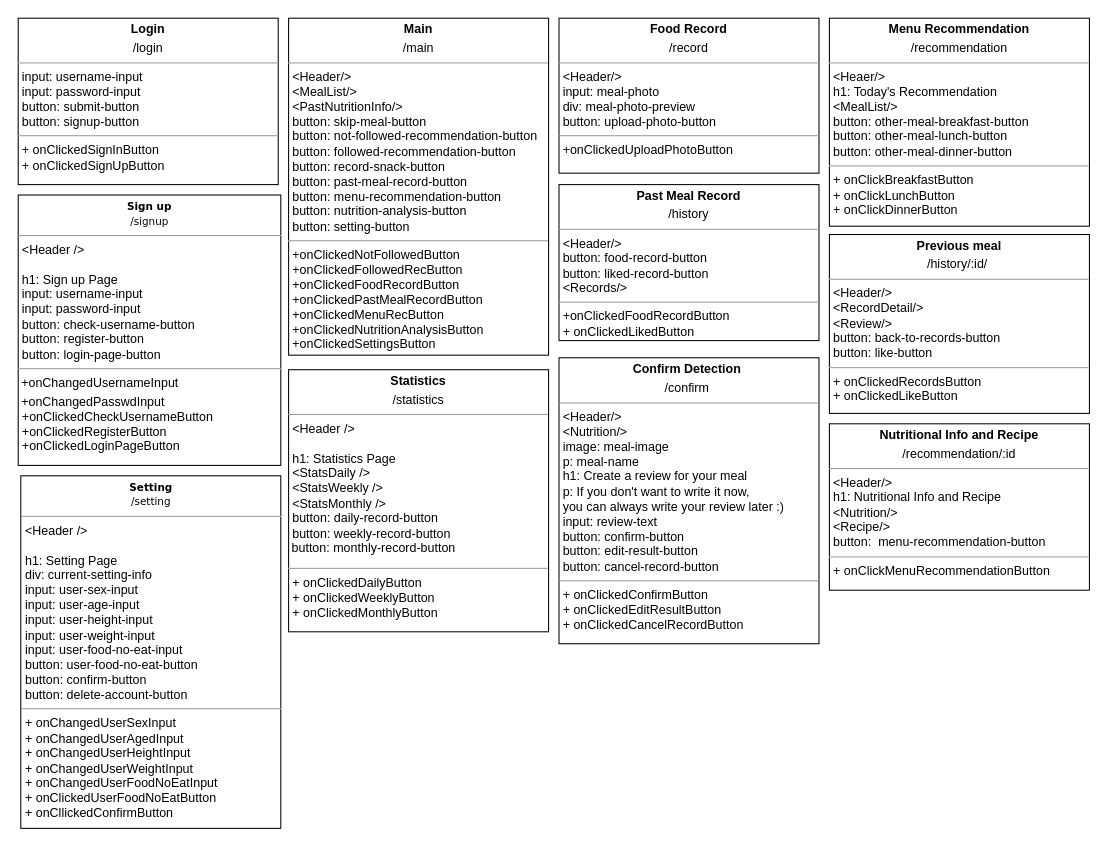
Earlier version of the draw.io diagram diagrams/Page Diagram.drawio (swsnu/swpp2021-team5). Source tidied: cells renumbered, new cells numbered last; positions are measured from the earlier drawing's top-left corner, leaving out a move shared by most shapes. Both pictures are drawn from the tidied source at 104%, with x=0, y=0 at pixel (18, 18).
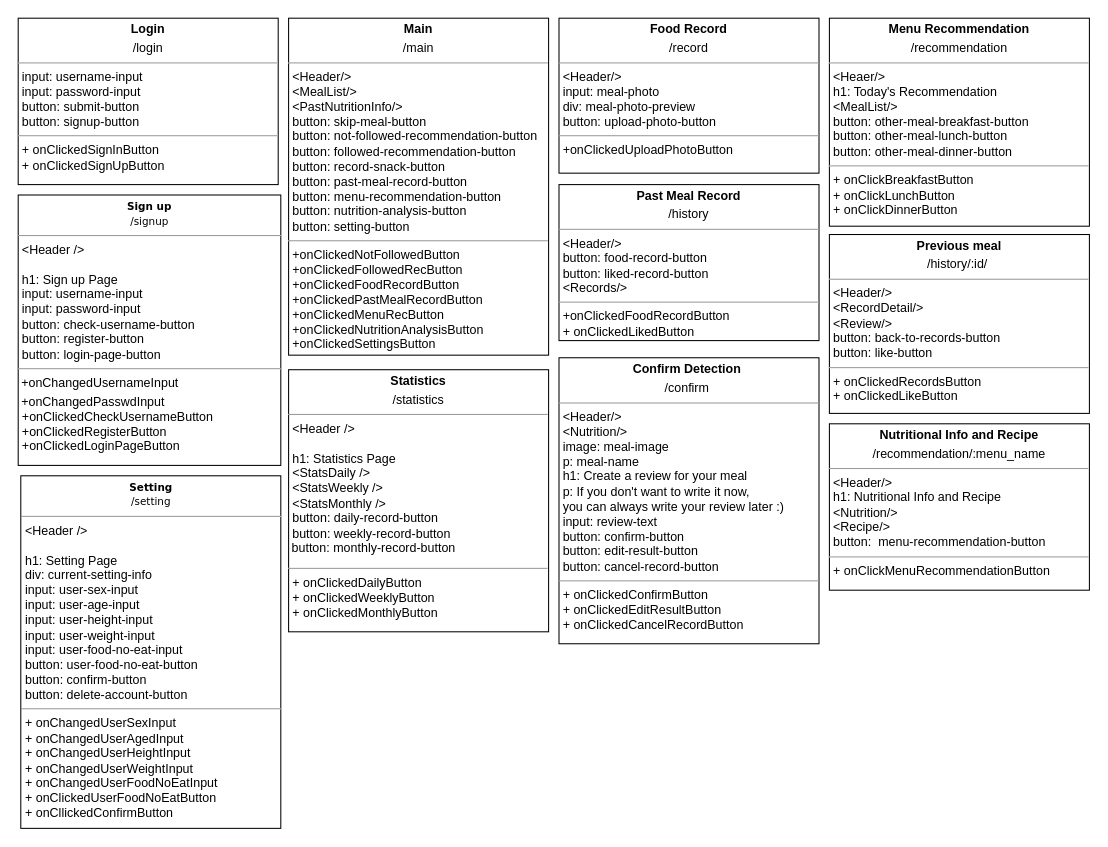
The same diagram, later.

Diff of the diagram source:
```diff
@@
 <mxGraphModel>
   <root>
     <mxCell id="0" />
     <mxCell id="1" parent="0" />
     <mxCell id="2" value="&lt;p style=&quot;margin: 4px 0px 0px ; text-align: center&quot;&gt;&lt;b&gt;Statistics&lt;/b&gt;&lt;/p&gt;&lt;p style=&quot;margin: 4px 0px 0px ; text-align: center&quot;&gt;/statistics&lt;/p&gt;&lt;hr size=&quot;1&quot;&gt;&lt;p style=&quot;text-align: justify ; margin: 0px 0px 0px 4px&quot;&gt;&amp;lt;Header /&amp;gt;&lt;br&gt;&lt;/p&gt;&lt;p style=&quot;text-align: justify ; margin: 0px 0px 0px 4px&quot;&gt;&lt;br&gt;&lt;/p&gt;&lt;p style=&quot;text-align: justify ; margin: 0px 0px 0px 4px&quot;&gt;h1: Statistics Page&lt;/p&gt;&lt;p style=&quot;text-align: justify ; margin: 0px 0px 0px 4px&quot;&gt;&amp;lt;StatsDaily /&amp;gt;&lt;/p&gt;&lt;p style=&quot;text-align: justify ; margin: 0px 0px 0px 4px&quot;&gt;&amp;lt;StatsWeekly /&amp;gt;&lt;/p&gt;&lt;p style=&quot;text-align: justify ; margin: 0px 0px 0px 4px&quot;&gt;&amp;lt;StatsMonthly /&amp;gt;&lt;/p&gt;&lt;p style=&quot;text-align: justify ; margin: 0px 0px 0px 4px&quot;&gt;button: daily-record-button&lt;/p&gt;&lt;p style=&quot;text-align: justify ; margin: 0px 0px 0px 4px&quot;&gt;&lt;span style=&quot;text-align: left&quot;&gt;button:&amp;nbsp;&lt;/span&gt;&lt;span style=&quot;text-align: left&quot;&gt;weekly-record-button&amp;nbsp;&lt;/span&gt;&lt;/p&gt;&lt;span style=&quot;text-align: left&quot;&gt;&lt;div style=&quot;text-align: justify&quot;&gt;&lt;span&gt;&amp;nbsp;button:&amp;nbsp;&lt;/span&gt;&lt;span&gt;monthly-record-button&lt;/span&gt;&lt;/div&gt;&lt;/span&gt;&lt;p&gt;&lt;/p&gt;&lt;hr size=&quot;1&quot; style=&quot;text-align: justify&quot;&gt;&lt;p style=&quot;text-align: justify ; margin: 0px 0px 0px 4px&quot;&gt;+ onClickedDailyButton&lt;/p&gt;&lt;p style=&quot;text-align: justify ; margin: 0px 0px 0px 4px&quot;&gt;+ onClickedWeeklyButton&lt;/p&gt;&lt;p style=&quot;text-align: justify ; margin: 0px 0px 0px 4px&quot;&gt;+ onClickedMonthlyButton&lt;/p&gt;" style="verticalAlign=top;align=left;overflow=fill;fontSize=12;fontFamily=Helvetica;html=1;rounded=0;shadow=0;comic=0;labelBackgroundColor=none;strokeWidth=1;" parent="1" vertex="1">
       <mxGeometry x="260" y="338" width="250" height="252" as="geometry" />
     </mxCell>
     <mxCell id="3" value="&lt;p style=&quot;margin: 0px ; margin-top: 4px ; text-align: center&quot;&gt;&lt;b&gt;Main&lt;/b&gt;&lt;/p&gt;&lt;p style=&quot;margin: 0px ; margin-top: 4px ; text-align: center&quot;&gt;/main&lt;/p&gt;&lt;hr size=&quot;1&quot;&gt;&lt;p style=&quot;margin: 0px ; margin-left: 4px&quot;&gt;&lt;span&gt;&amp;lt;Header/&amp;gt;&lt;/span&gt;&lt;/p&gt;&lt;p style=&quot;margin: 0px ; margin-left: 4px&quot;&gt;&lt;span&gt;&amp;lt;MealList/&amp;gt;&lt;/span&gt;&lt;br&gt;&lt;/p&gt;&lt;p style=&quot;margin: 0px ; margin-left: 4px&quot;&gt;&amp;lt;PastNutritionInfo/&amp;gt;&lt;/p&gt;&lt;p style=&quot;margin: 0px ; margin-left: 4px&quot;&gt;button: skip-meal-button&lt;/p&gt;&lt;p style=&quot;margin: 0px ; margin-left: 4px&quot;&gt;button: not-followed-recommendation-button&lt;/p&gt;&lt;p style=&quot;margin: 0px 0px 0px 4px&quot;&gt;button: followed-recommendation-button&lt;/p&gt;&lt;p style=&quot;margin: 0px ; margin-left: 4px&quot;&gt;&lt;span&gt;button: record-snack-button&lt;/span&gt;&lt;br&gt;&lt;/p&gt;&lt;p style=&quot;margin: 0px 0px 0px 4px&quot;&gt;button: past-meal-record-button&lt;/p&gt;&lt;p style=&quot;margin: 0px 0px 0px 4px&quot;&gt;button: menu-recommendation-button&lt;/p&gt;&lt;p style=&quot;margin: 0px 0px 0px 4px&quot;&gt;button: nutrition-analysis-button&lt;/p&gt;&lt;p style=&quot;margin: 0px 0px 0px 4px&quot;&gt;&lt;span&gt;button: setting-button&lt;/span&gt;&lt;br&gt;&lt;/p&gt;&lt;hr size=&quot;1&quot;&gt;&lt;p style=&quot;margin: 0px ; margin-left: 4px&quot;&gt;+onClickedNotFollowedButton&lt;/p&gt;&lt;p style=&quot;margin: 0px ; margin-left: 4px&quot;&gt;+onClickedFollowedRecButton&lt;br&gt;&lt;/p&gt;&lt;p style=&quot;margin: 0px ; margin-left: 4px&quot;&gt;+onClickedFoodRecordButton&lt;/p&gt;&lt;p style=&quot;margin: 0px 0px 0px 4px&quot;&gt;+onClickedPastMealRecordButton&lt;/p&gt;&lt;p style=&quot;margin: 0px ; margin-left: 4px&quot;&gt;+onClickedMenuRecButton&lt;/p&gt;&lt;p style=&quot;margin: 0px ; margin-left: 4px&quot;&gt;+onClickedNutritionAnalysisButton&lt;/p&gt;&lt;p style=&quot;margin: 0px ; margin-left: 4px&quot;&gt;&lt;span&gt;+onClickedSettingsButton&lt;/span&gt;&lt;br&gt;&lt;/p&gt;" style="verticalAlign=top;align=left;overflow=fill;fontSize=12;fontFamily=Helvetica;html=1;rounded=0;shadow=0;comic=0;labelBackgroundColor=none;strokeWidth=1;" parent="1" vertex="1">
       <mxGeometry x="260" width="250" height="324" as="geometry" />
     </mxCell>
     <mxCell id="4" value="&lt;p style=&quot;margin: 0px ; margin-top: 4px ; text-align: center&quot;&gt;&lt;b&gt;Login&lt;/b&gt;&lt;/p&gt;&lt;p style=&quot;margin: 0px ; margin-top: 4px ; text-align: center&quot;&gt;/login&lt;/p&gt;&lt;hr size=&quot;1&quot;&gt;&lt;p style=&quot;margin: 0px ; margin-left: 4px&quot;&gt;input: username-input&lt;/p&gt;&lt;p style=&quot;margin: 0px ; margin-left: 4px&quot;&gt;input: password-input&lt;/p&gt;&lt;p style=&quot;margin: 0px ; margin-left: 4px&quot;&gt;button: submit-button&lt;/p&gt;&lt;p style=&quot;margin: 0px ; margin-left: 4px&quot;&gt;button: signup-button&lt;/p&gt;&lt;hr size=&quot;1&quot;&gt;&lt;p style=&quot;margin: 0px ; margin-left: 4px&quot;&gt;+ onClickedSignInButton&lt;/p&gt;&lt;p style=&quot;margin: 0px ; margin-left: 4px&quot;&gt;+ onClickedSignUpButton&lt;/p&gt;" style="verticalAlign=top;align=left;overflow=fill;fontSize=12;fontFamily=Helvetica;html=1;rounded=0;shadow=0;comic=0;labelBackgroundColor=none;strokeWidth=1;" parent="1" vertex="1">
       <mxGeometry width="250" height="160" as="geometry" />
     </mxCell>
     <mxCell id="5" value="&lt;p style=&quot;margin: 0px ; margin-top: 4px ; text-align: center&quot;&gt;&lt;b&gt;Food Record&lt;/b&gt;&lt;/p&gt;&lt;p style=&quot;margin: 0px ; margin-top: 4px ; text-align: center&quot;&gt;/record&lt;/p&gt;&lt;hr size=&quot;1&quot;&gt;&lt;p style=&quot;margin: 0px ; margin-left: 4px&quot;&gt;&lt;span&gt;&amp;lt;Header/&amp;gt;&lt;/span&gt;&lt;/p&gt;&lt;p style=&quot;margin: 0px ; margin-left: 4px&quot;&gt;&lt;span&gt;input: meal-photo&lt;/span&gt;&lt;/p&gt;&lt;p style=&quot;margin: 0px ; margin-left: 4px&quot;&gt;&lt;span&gt;div: meal-photo-preview&lt;/span&gt;&lt;/p&gt;&lt;p style=&quot;margin: 0px ; margin-left: 4px&quot;&gt;&lt;span&gt;button: upload-photo-button&lt;/span&gt;&lt;/p&gt;&lt;hr size=&quot;1&quot;&gt;&lt;p style=&quot;margin: 0px ; margin-left: 4px&quot;&gt;&lt;span&gt;+onClickedUploadPhotoButton&lt;/span&gt;&lt;br&gt;&lt;/p&gt;&lt;p style=&quot;margin: 0px ; margin-left: 4px&quot;&gt;&lt;br&gt;&lt;/p&gt;" style="verticalAlign=top;align=left;overflow=fill;fontSize=12;fontFamily=Helvetica;html=1;rounded=0;shadow=0;comic=0;labelBackgroundColor=none;strokeWidth=1;" parent="1" vertex="1">
       <mxGeometry x="520" width="250" height="149" as="geometry" />
     </mxCell>
     <mxCell id="6" value="&lt;p style=&quot;margin: 0px ; margin-top: 4px ; text-align: center&quot;&gt;&lt;b&gt;Past Meal Record&lt;/b&gt;&lt;/p&gt;&lt;p style=&quot;margin: 0px ; margin-top: 4px ; text-align: center&quot;&gt;/history&lt;/p&gt;&lt;hr size=&quot;1&quot;&gt;&lt;p style=&quot;margin: 0px 0px 0px 4px&quot;&gt;&amp;lt;Header/&amp;gt;&lt;/p&gt;&lt;p style=&quot;margin: 0px 0px 0px 4px&quot;&gt;button: food-record-button&lt;/p&gt;&lt;p style=&quot;margin: 0px 0px 0px 4px&quot;&gt;button: liked-record-button&lt;/p&gt;&lt;p style=&quot;margin: 0px 0px 0px 4px&quot;&gt;&amp;lt;Records/&amp;gt;&lt;/p&gt;&lt;hr size=&quot;1&quot;&gt;&lt;p style=&quot;margin: 0px ; margin-left: 4px&quot;&gt;+onClickedFoodRecordButton&lt;/p&gt;&lt;p style=&quot;margin: 0px ; margin-left: 4px&quot;&gt;+ onClickedLikedButton&lt;/p&gt;" style="verticalAlign=top;align=left;overflow=fill;fontSize=12;fontFamily=Helvetica;html=1;rounded=0;shadow=0;comic=0;labelBackgroundColor=none;strokeWidth=1;" parent="1" vertex="1">
       <mxGeometry x="520" y="160" width="250" height="150" as="geometry" />
     </mxCell>
     <mxCell id="7" value="&lt;p style=&quot;margin: 4px 0px 0px ; text-align: center&quot;&gt;&lt;b style=&quot;font-family: &amp;#34;verdana&amp;#34; ; font-size: 10px&quot;&gt;Sign up&lt;/b&gt;&lt;br style=&quot;font-family: &amp;#34;verdana&amp;#34; ; font-size: 10px&quot;&gt;&lt;span style=&quot;font-family: &amp;#34;verdana&amp;#34; ; font-size: 10px&quot;&gt;/signup&lt;/span&gt;&lt;br&gt;&lt;/p&gt;&lt;hr size=&quot;1&quot;&gt;&lt;p style=&quot;text-align: justify ; margin: 0px 0px 0px 4px&quot;&gt;&amp;lt;Header /&amp;gt;&lt;/p&gt;&lt;p style=&quot;text-align: justify ; margin: 0px 0px 0px 4px&quot;&gt;&lt;br&gt;&lt;/p&gt;&lt;p style=&quot;text-align: justify ; margin: 0px 0px 0px 4px&quot;&gt;h1: Sign up Page&lt;/p&gt;&lt;p style=&quot;text-align: justify ; margin: 0px 0px 0px 4px&quot;&gt;input: username-input&lt;/p&gt;&lt;p style=&quot;text-align: justify ; margin: 0px 0px 0px 4px&quot;&gt;input: password-input&lt;/p&gt;&lt;p style=&quot;text-align: justify ; margin: 0px 0px 0px 4px&quot;&gt;button: check-username-button&lt;/p&gt;&lt;p style=&quot;text-align: justify ; margin: 0px 0px 0px 4px&quot;&gt;button: register-button&lt;/p&gt;&lt;p style=&quot;text-align: justify ; margin: 0px 0px 0px 4px&quot;&gt;button: login-page-button&lt;/p&gt;&lt;hr size=&quot;1&quot; style=&quot;text-align: justify&quot;&gt;&lt;p style=&quot;text-align: justify ; margin: 4px 0px 0px&quot;&gt;&lt;span&gt;&amp;nbsp;+onChangedUsernameInput&lt;/span&gt;&lt;br&gt;&lt;/p&gt;&lt;p style=&quot;text-align: justify ; margin: 4px 0px 0px&quot;&gt;&lt;span&gt;&amp;nbsp;+onChangedPasswdInput&lt;/span&gt;&lt;/p&gt;&lt;p style=&quot;text-align: justify ; margin: 0px 0px 0px 4px&quot;&gt;+onClickedCheckUsernameButton&lt;/p&gt;&lt;p style=&quot;text-align: justify ; margin: 0px 0px 0px 4px&quot;&gt;+onClickedRegisterButton&lt;/p&gt;&lt;p style=&quot;text-align: justify ; margin: 0px 0px 0px 4px&quot;&gt;+onClickedLoginPageButton&lt;/p&gt;" style="verticalAlign=top;align=left;overflow=fill;fontSize=12;fontFamily=Helvetica;html=1;" parent="1" vertex="1">
       <mxGeometry y="170" width="252.5" height="260" as="geometry" />
     </mxCell>
     <mxCell id="8" value="&lt;p style=&quot;margin: 4px 0px 0px ; text-align: center&quot;&gt;&lt;b style=&quot;font-family: &amp;#34;verdana&amp;#34; ; font-size: 10px&quot;&gt;Setting&lt;/b&gt;&lt;br style=&quot;font-family: &amp;#34;verdana&amp;#34; ; font-size: 10px&quot;&gt;&lt;span style=&quot;font-family: &amp;#34;verdana&amp;#34; ; font-size: 10px&quot;&gt;/setting&lt;/span&gt;&lt;br&gt;&lt;/p&gt;&lt;hr size=&quot;1&quot;&gt;&lt;p style=&quot;margin: 0px 0px 0px 4px&quot;&gt;&amp;lt;Header /&amp;gt;&lt;br&gt;&lt;/p&gt;&lt;p style=&quot;margin: 0px 0px 0px 4px&quot;&gt;&lt;br&gt;&lt;/p&gt;&lt;p style=&quot;margin: 0px 0px 0px 4px&quot;&gt;h1: Setting Page&lt;/p&gt;&lt;p style=&quot;margin: 0px 0px 0px 4px&quot;&gt;div: current-setting-info&lt;/p&gt;&lt;p style=&quot;margin: 0px 0px 0px 4px&quot;&gt;input: user-sex-input&lt;/p&gt;&lt;p style=&quot;margin: 0px 0px 0px 4px&quot;&gt;input: user-age-input&lt;/p&gt;&lt;p style=&quot;margin: 0px 0px 0px 4px&quot;&gt;input: user-height-input&lt;/p&gt;&lt;p style=&quot;margin: 0px 0px 0px 4px&quot;&gt;input: user-weight-input&lt;/p&gt;&lt;p style=&quot;margin: 0px 0px 0px 4px&quot;&gt;input: user-food-no-eat-input&lt;br&gt;&lt;/p&gt;&lt;p style=&quot;margin: 0px 0px 0px 4px&quot;&gt;button: user-food-no-eat-button&lt;/p&gt;&lt;p style=&quot;margin: 0px 0px 0px 4px&quot;&gt;button: confirm-button&lt;br&gt;&lt;/p&gt;&lt;p style=&quot;margin: 0px 0px 0px 4px&quot;&gt;button: delete-account-button&lt;/p&gt;&lt;hr size=&quot;1&quot;&gt;&lt;p style=&quot;margin: 0px 0px 0px 4px&quot;&gt;+ onChangedUserSexInput&lt;/p&gt;&lt;p style=&quot;margin: 0px 0px 0px 4px&quot;&gt;+ onChangedUserAgedInput&lt;/p&gt;&lt;p style=&quot;margin: 0px 0px 0px 4px&quot;&gt;+ onChangedUserHeightInput&lt;/p&gt;&lt;p style=&quot;margin: 0px 0px 0px 4px&quot;&gt;+ onChangedUserWeightInput&lt;/p&gt;&lt;p style=&quot;margin: 0px 0px 0px 4px&quot;&gt;+ onChangedUserFoodNoEatInput&lt;/p&gt;&lt;p style=&quot;margin: 0px 0px 0px 4px&quot;&gt;+ onClickedUserFoodNoEatButton&lt;/p&gt;&lt;p style=&quot;margin: 0px 0px 0px 4px&quot;&gt;+ onCllickedConfirmButton&lt;/p&gt;" style="verticalAlign=top;align=left;overflow=fill;fontSize=12;fontFamily=Helvetica;html=1;" parent="1" vertex="1">
       <mxGeometry x="2.5" y="440" width="250" height="339" as="geometry" />
     </mxCell>
     <mxCell id="9" value="&lt;p style=&quot;margin: 0px ; margin-top: 4px ; text-align: center&quot;&gt;&lt;b&gt;Menu Recommendation&lt;/b&gt;&lt;/p&gt;&lt;p style=&quot;margin: 0px ; margin-top: 4px ; text-align: center&quot;&gt;/recommendation&lt;/p&gt;&lt;hr size=&quot;1&quot;&gt;&lt;p style=&quot;margin: 0px 0px 0px 4px&quot;&gt;&amp;lt;Heaer/&amp;gt;&lt;/p&gt;&lt;p style=&quot;margin: 0px 0px 0px 4px&quot;&gt;h1: Today's Recommendation&lt;/p&gt;&lt;p style=&quot;margin: 0px 0px 0px 4px&quot;&gt;&amp;lt;MealList/&amp;gt;&lt;/p&gt;&lt;p style=&quot;margin: 0px 0px 0px 4px&quot;&gt;button:&amp;nbsp;other-meal-breakfast-button&lt;/p&gt;&lt;p style=&quot;margin: 0px 0px 0px 4px&quot;&gt;button: other-meal-lunch-button&lt;/p&gt;&lt;p style=&quot;margin: 0px 0px 0px 4px&quot;&gt;button: other-meal-dinner-button&lt;br&gt;&lt;/p&gt;&lt;hr size=&quot;1&quot;&gt;&lt;p style=&quot;margin: 0px 0px 0px 4px&quot;&gt;+ onClickBreakfastButton&lt;br&gt;+ onClickLunchButton&lt;/p&gt;&lt;p style=&quot;margin: 0px 0px 0px 4px&quot;&gt;+ onClickDinnerButton&lt;/p&gt;" style="verticalAlign=top;align=left;overflow=fill;fontSize=12;fontFamily=Helvetica;html=1;rounded=0;shadow=0;comic=0;labelBackgroundColor=none;strokeWidth=1;" parent="1" vertex="1">
       <mxGeometry x="780" width="250" height="200" as="geometry" />
     </mxCell>
-    <mxCell id="10" value="&lt;p style=&quot;margin: 0px ; margin-top: 4px ; text-align: center&quot;&gt;&lt;b&gt;Nutritional Info and Recipe&lt;/b&gt;&lt;/p&gt;&lt;p style=&quot;margin: 0px ; margin-top: 4px ; text-align: center&quot;&gt;/recommendation/:id&lt;/p&gt;&lt;hr size=&quot;1&quot;&gt;&lt;p style=&quot;margin: 0px 0px 0px 4px&quot;&gt;&amp;lt;Header/&amp;gt;&lt;/p&gt;&lt;p style=&quot;margin: 0px 0px 0px 4px&quot;&gt;h1: Nutritional Info and Recipe&lt;/p&gt;&lt;p style=&quot;margin: 0px 0px 0px 4px&quot;&gt;&amp;lt;Nutrition/&amp;gt;&lt;/p&gt;&lt;p style=&quot;margin: 0px 0px 0px 4px&quot;&gt;&amp;lt;Recipe/&amp;gt;&lt;/p&gt;&lt;p style=&quot;margin: 0px 0px 0px 4px&quot;&gt;button:&amp;nbsp;&amp;nbsp;&lt;span style=&quot;text-align: center&quot;&gt;menu-recommendation-button&lt;/span&gt;&lt;/p&gt;&lt;hr size=&quot;1&quot;&gt;&lt;p style=&quot;margin: 0px 0px 0px 4px&quot;&gt;+ onClickMenuRecommendationButton&lt;/p&gt;" style="verticalAlign=top;align=left;overflow=fill;fontSize=12;fontFamily=Helvetica;html=1;rounded=0;shadow=0;comic=0;labelBackgroundColor=none;strokeWidth=1;" parent="1" vertex="1">
+    <mxCell id="10" value="&lt;p style=&quot;margin: 0px ; margin-top: 4px ; text-align: center&quot;&gt;&lt;b&gt;Nutritional Info and Recipe&lt;/b&gt;&lt;/p&gt;&lt;p style=&quot;margin: 0px ; margin-top: 4px ; text-align: center&quot;&gt;/recommendation/:menu_name&lt;/p&gt;&lt;hr size=&quot;1&quot;&gt;&lt;p style=&quot;margin: 0px 0px 0px 4px&quot;&gt;&amp;lt;Header/&amp;gt;&lt;/p&gt;&lt;p style=&quot;margin: 0px 0px 0px 4px&quot;&gt;h1: Nutritional Info and Recipe&lt;/p&gt;&lt;p style=&quot;margin: 0px 0px 0px 4px&quot;&gt;&amp;lt;Nutrition/&amp;gt;&lt;/p&gt;&lt;p style=&quot;margin: 0px 0px 0px 4px&quot;&gt;&amp;lt;Recipe/&amp;gt;&lt;/p&gt;&lt;p style=&quot;margin: 0px 0px 0px 4px&quot;&gt;button:&amp;nbsp;&amp;nbsp;&lt;span style=&quot;text-align: center&quot;&gt;menu-recommendation-button&lt;/span&gt;&lt;/p&gt;&lt;hr size=&quot;1&quot;&gt;&lt;p style=&quot;margin: 0px 0px 0px 4px&quot;&gt;+ onClickMenuRecommendationButton&lt;/p&gt;" style="verticalAlign=top;align=left;overflow=fill;fontSize=12;fontFamily=Helvetica;html=1;rounded=0;shadow=0;comic=0;labelBackgroundColor=none;strokeWidth=1;" parent="1" vertex="1">
       <mxGeometry x="780" y="390" width="250" height="160" as="geometry" />
     </mxCell>
     <mxCell id="11" value="&lt;p style=&quot;margin: 0px ; margin-top: 4px ; text-align: center&quot;&gt;&lt;b&gt;Previous meal&lt;/b&gt;&lt;/p&gt;&lt;p style=&quot;margin: 0px ; margin-top: 4px ; text-align: center&quot;&gt;/history/:id/&lt;b&gt;&amp;nbsp;&lt;/b&gt;&lt;/p&gt;&lt;hr size=&quot;1&quot;&gt;&lt;p style=&quot;margin: 0px ; margin-left: 4px&quot;&gt;&amp;lt;Header/&amp;gt;&lt;/p&gt;&lt;p style=&quot;margin: 0px ; margin-left: 4px&quot;&gt;&amp;lt;RecordDetail/&amp;gt;&lt;/p&gt;&lt;p style=&quot;margin: 0px ; margin-left: 4px&quot;&gt;&amp;lt;Review/&amp;gt;&lt;/p&gt;&lt;p style=&quot;margin: 0px ; margin-left: 4px&quot;&gt;button: back-to-records-button&lt;/p&gt;&lt;p style=&quot;margin: 0px ; margin-left: 4px&quot;&gt;button: like-button&lt;/p&gt;&lt;hr size=&quot;1&quot;&gt;&lt;p style=&quot;margin: 0px ; margin-left: 4px&quot;&gt;+ onClickedRecordsButton&lt;/p&gt;&lt;p style=&quot;margin: 0px ; margin-left: 4px&quot;&gt;+ onClickedLikeButton&lt;/p&gt;" style="verticalAlign=top;align=left;overflow=fill;fontSize=12;fontFamily=Helvetica;html=1;" parent="1" vertex="1">
       <mxGeometry x="780" y="208" width="250" height="172" as="geometry" />
     </mxCell>
     <mxCell id="12" value="&lt;p style=&quot;margin: 0px ; margin-top: 4px ; text-align: center&quot;&gt;&lt;b&gt;Confirm Detection&amp;nbsp;&lt;/b&gt;&lt;/p&gt;&lt;p style=&quot;margin: 0px ; margin-top: 4px ; text-align: center&quot;&gt;/confirm&lt;b&gt;&amp;nbsp;&lt;/b&gt;&lt;/p&gt;&lt;hr size=&quot;1&quot;&gt;&lt;p style=&quot;margin: 0px ; margin-left: 4px&quot;&gt;&amp;lt;Header/&amp;gt;&lt;/p&gt;&lt;p style=&quot;margin: 0px ; margin-left: 4px&quot;&gt;&amp;lt;Nutrition/&amp;gt;&lt;/p&gt;&lt;p style=&quot;margin: 0px ; margin-left: 4px&quot;&gt;image: meal-image&lt;/p&gt;&lt;p style=&quot;margin: 0px ; margin-left: 4px&quot;&gt;p: meal-name&lt;/p&gt;&lt;p style=&quot;margin: 0px 0px 0px 4px&quot;&gt;h1: Create a review for your meal&lt;/p&gt;&lt;p style=&quot;margin: 0px 0px 0px 4px&quot;&gt;p: If you don't want to write it now,&amp;nbsp;&lt;/p&gt;&lt;p style=&quot;margin: 0px 0px 0px 4px&quot;&gt;you can always write your review later :)&lt;/p&gt;&lt;p style=&quot;margin: 0px 0px 0px 4px&quot;&gt;input: review-text&lt;/p&gt;&lt;p style=&quot;margin: 0px ; margin-left: 4px&quot;&gt;&lt;span&gt;button: confirm-button&lt;/span&gt;&lt;br&gt;&lt;/p&gt;&lt;p style=&quot;margin: 0px ; margin-left: 4px&quot;&gt;button: edit-result-button&lt;/p&gt;&lt;p style=&quot;margin: 0px ; margin-left: 4px&quot;&gt;button: cancel-record-button&lt;/p&gt;&lt;hr size=&quot;1&quot;&gt;&lt;p style=&quot;margin: 0px ; margin-left: 4px&quot;&gt;+ onClickedConfirmButton&lt;/p&gt;&lt;p style=&quot;margin: 0px ; margin-left: 4px&quot;&gt;+ onClickedEditResultButton&lt;/p&gt;&lt;p style=&quot;margin: 0px 0px 0px 4px&quot;&gt;+ onClickedCancelRecordButton&lt;/p&gt;&lt;p style=&quot;margin: 0px ; margin-left: 4px&quot;&gt;&lt;br&gt;&lt;/p&gt;&lt;p style=&quot;margin: 0px ; margin-left: 4px&quot;&gt;&lt;br&gt;&lt;/p&gt;" style="verticalAlign=top;align=left;overflow=fill;fontSize=12;fontFamily=Helvetica;html=1;" parent="1" vertex="1">
       <mxGeometry x="520" y="326.5" width="250" height="275" as="geometry" />
     </mxCell>
   </root>
 </mxGraphModel>
```
